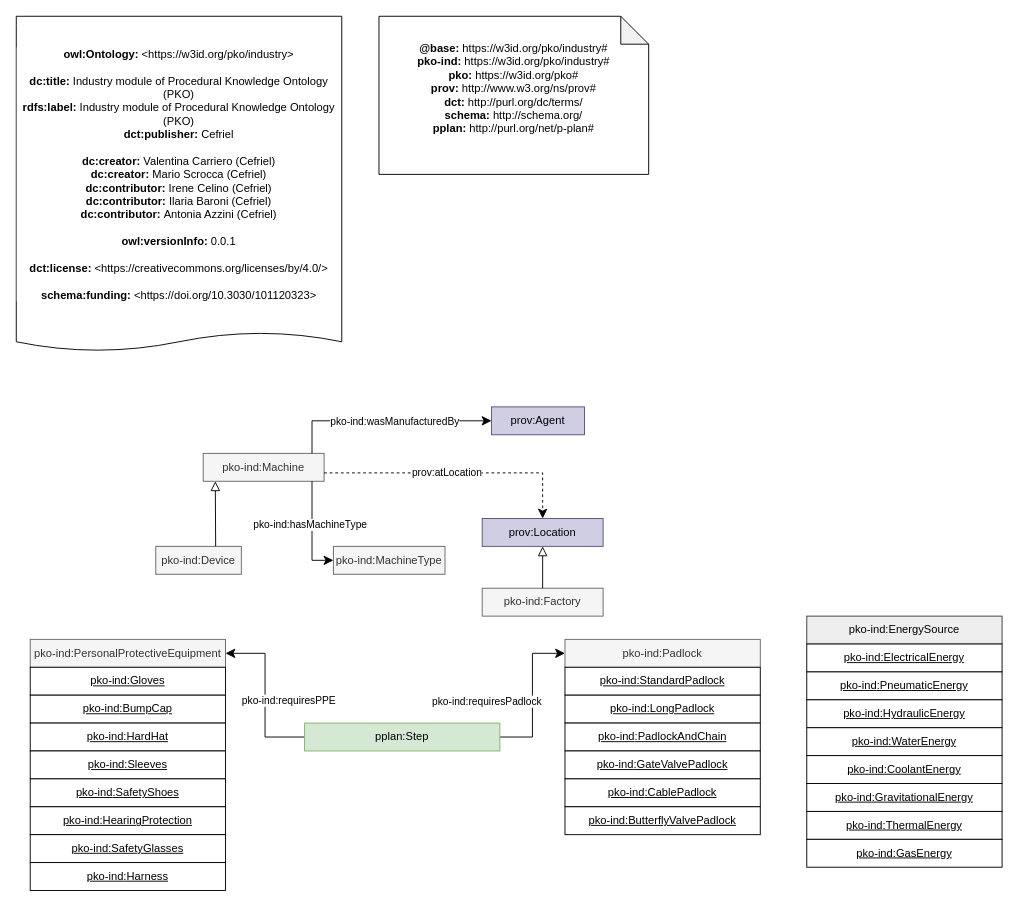
This is ontology/pko-ind.drawio from perks-project/pk-ontology, a draw.io file, before an edit. Source tidied: cells renumbered, new cells numbered last; positions are measured from the earlier drawing's top-left corner, leaving out a move shared by most shapes. Both pictures are drawn from the tidied source at 93%, with x=0, y=0 at pixel (16, 16).
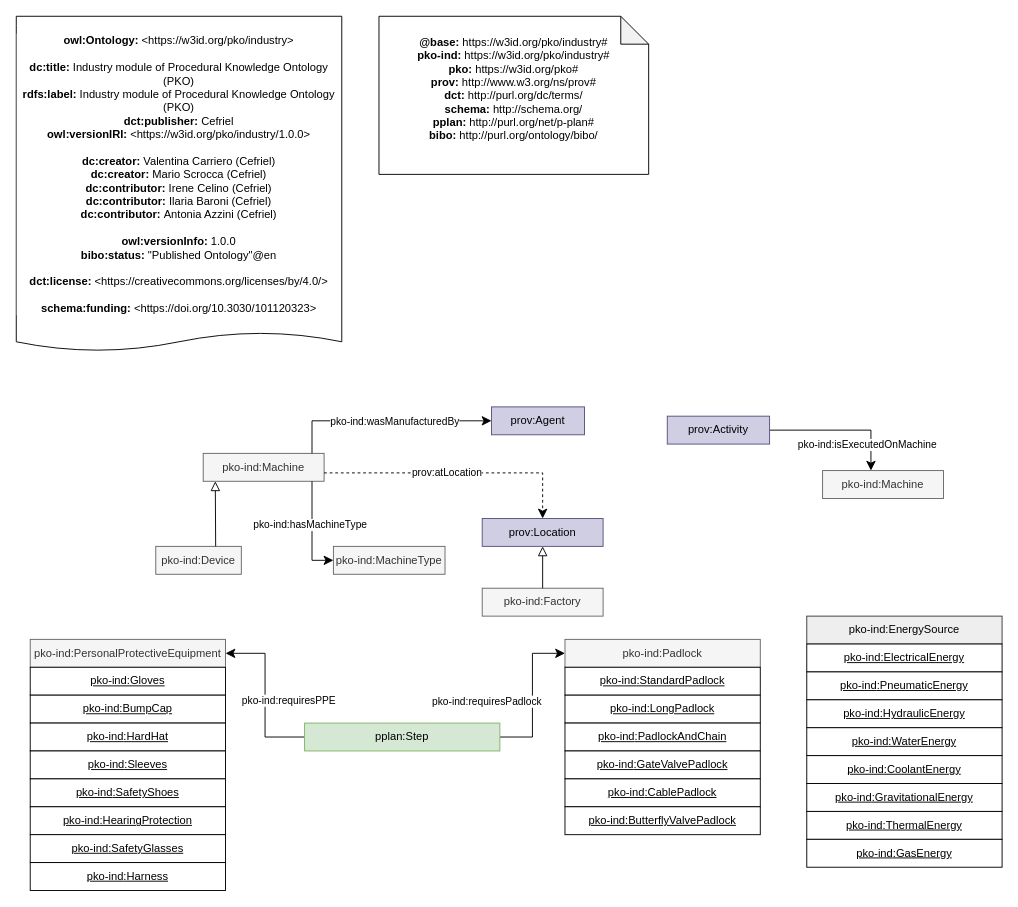
Above is the later version.

Commit message (it also covers changes not shown here):
add metadata to chowlk and move isExecutedOnMachine to pko-ind

What changed in the source:
```diff
@@
-    <mxCell id="16" value="&lt;div&gt;&lt;b&gt;@base:&lt;/b&gt; https://w3id.org/pko/industry#&lt;/div&gt;&lt;div&gt;&lt;b style=&quot;border-color: var(--border-color);&quot;&gt;pko-ind:&lt;/b&gt;&amp;nbsp;https://w3id.org/pko/industry#&lt;/div&gt;&lt;div&gt;&lt;b style=&quot;border-color: var(--border-color);&quot;&gt;pko:&lt;/b&gt;&amp;nbsp;https://w3id.org/pko#&lt;br&gt;&lt;/div&gt;&lt;div&gt;&lt;b&gt;prov:&lt;/b&gt; http://www.w3.org/ns/prov#&lt;/div&gt;&lt;div&gt;&lt;b&gt;dct:&amp;nbsp;&lt;/b&gt;http://purl.org/dc/terms/&lt;/div&gt;&lt;div&gt;&lt;b&gt;schema:&lt;/b&gt; http://schema.org/&lt;/div&gt;&lt;b style=&quot;border-color: var(--border-color);&quot;&gt;pplan:&lt;/b&gt;&amp;nbsp;http://purl.org/net/p-plan#&lt;div&gt;&amp;nbsp;&lt;/div&gt;" style="shape=note;whiteSpace=wrap;html=1;backgroundOutline=1;darkOpacity=0.05;" parent="1" vertex="1">
+    <mxCell id="16" value="&lt;div&gt;&lt;b&gt;@base:&lt;/b&gt; https://w3id.org/pko/industry#&lt;/div&gt;&lt;div&gt;&lt;b style=&quot;border-color: var(--border-color);&quot;&gt;pko-ind:&lt;/b&gt;&amp;nbsp;https://w3id.org/pko/industry#&lt;/div&gt;&lt;div&gt;&lt;b style=&quot;border-color: var(--border-color);&quot;&gt;pko:&lt;/b&gt;&amp;nbsp;https://w3id.org/pko#&lt;br&gt;&lt;/div&gt;&lt;div&gt;&lt;b&gt;prov:&lt;/b&gt; http://www.w3.org/ns/prov#&lt;/div&gt;&lt;div&gt;&lt;b&gt;dct:&amp;nbsp;&lt;/b&gt;http://purl.org/dc/terms/&lt;/div&gt;&lt;div&gt;&lt;b&gt;schema:&lt;/b&gt; http://schema.org/&lt;/div&gt;&lt;b style=&quot;border-color: var(--border-color);&quot;&gt;pplan:&lt;/b&gt;&amp;nbsp;http://purl.org/net/p-plan#&lt;br&gt;&lt;b style=&quot;border-color: var(--border-color);&quot;&gt;bibo:&lt;/b&gt;&amp;nbsp;http://purl.org/ontology/bibo/&lt;br&gt;&lt;span style=&quot;background-color: initial;&quot;&gt;&amp;nbsp;&lt;/span&gt;" style="shape=note;whiteSpace=wrap;html=1;backgroundOutline=1;darkOpacity=0.05;" parent="1" vertex="1">
       <mxGeometry x="390" width="290" height="170" as="geometry" />
     </mxCell>
-    <mxCell id="17" value="&lt;div&gt;&lt;b&gt;owl:Ontology: &lt;/b&gt;&amp;lt;https://w3id.org/pko/industry&amp;gt;&lt;/div&gt;&lt;div&gt;&lt;b&gt;&lt;br&gt;&lt;/b&gt;&lt;/div&gt;&lt;div&gt;&lt;b style=&quot;border-color: var(--border-color);&quot;&gt;dc:title:&lt;/b&gt;&amp;nbsp;Industry module of Procedural Knowledge Ontology (PKO)&lt;br&gt;&lt;/div&gt;&lt;div&gt;&lt;/div&gt;&lt;b style=&quot;border-color: var(--border-color);&quot;&gt;rdfs:label:&lt;/b&gt;&amp;nbsp;Industry module of Procedural Knowledge Ontology (PKO)&lt;br&gt;&lt;div&gt;&lt;b&gt;dct:publisher:&lt;/b&gt;&amp;nbsp;Cefriel&lt;br&gt;&lt;/div&gt;&lt;div&gt;&lt;b&gt;&lt;br&gt;&lt;/b&gt;&lt;/div&gt;&lt;div&gt;&lt;b&gt;d&lt;/b&gt;&lt;b&gt;c:creator:&lt;/b&gt;&amp;nbsp;Valentina Carriero (Cefriel)&lt;/div&gt;&lt;div&gt;&lt;b style=&quot;border-color: var(--border-color);&quot;&gt;dc:creator:&lt;/b&gt;&amp;nbsp;Mario Scrocca&amp;nbsp;(Cefriel)&lt;br&gt;&lt;/div&gt;&lt;div&gt;&lt;b style=&quot;border-color: var(--border-color);&quot;&gt;dc:contributor:&lt;/b&gt;&amp;nbsp;Irene Celino&amp;nbsp;(Cefriel)&lt;br&gt;&lt;/div&gt;&lt;div&gt;&lt;b style=&quot;border-color: var(--border-color);&quot;&gt;dc:contributor:&lt;/b&gt;&amp;nbsp;Ilaria Baroni&amp;nbsp;(Cefriel)&lt;br&gt;&lt;/div&gt;&lt;div&gt;&lt;b style=&quot;border-color: var(--border-color);&quot;&gt;dc:contributor:&lt;/b&gt;&amp;nbsp;Antonia Azzini&amp;nbsp;(Cefriel)&lt;/div&gt;&lt;div&gt;&lt;b&gt;&lt;br&gt;&lt;/b&gt;&lt;/div&gt;&lt;div&gt;&lt;b&gt;owl:versionInfo:&lt;/b&gt; 0.0.1&lt;/div&gt;&lt;div&gt;&lt;br&gt;&lt;/div&gt;&lt;div&gt;&lt;div style=&quot;border-color: var(--border-color);&quot;&gt;&lt;b style=&quot;border-color: var(--border-color);&quot;&gt;dct:license: &lt;/b&gt;&lt;span style=&quot;border-color: var(--border-color);&quot;&gt;&amp;lt;&lt;/span&gt;https://creativecommons.org/licenses/by/4.0/&amp;gt;&lt;/div&gt;&lt;/div&gt;&lt;div style=&quot;border-color: var(--border-color);&quot;&gt;&lt;br&gt;&lt;/div&gt;&lt;div style=&quot;border-color: var(--border-color);&quot;&gt;&lt;b&gt;schema:funding:&amp;nbsp;&lt;/b&gt;&amp;lt;https://doi.org/10.3030/101120323&amp;gt;&lt;br&gt;&lt;/div&gt;&lt;div&gt;&lt;/div&gt;" style="shape=document;whiteSpace=wrap;html=1;boundedLbl=1;labelBackgroundColor=#ffffff;strokeColor=#000000;fontSize=12;fontColor=#000000;size=0.05555555555555555;" parent="1" vertex="1">
+    <mxCell id="17" value="&lt;div&gt;&lt;b&gt;owl:Ontology: &lt;/b&gt;&amp;lt;https://w3id.org/pko/industry&amp;gt;&lt;/div&gt;&lt;div&gt;&lt;b&gt;&lt;br&gt;&lt;/b&gt;&lt;/div&gt;&lt;div&gt;&lt;b style=&quot;border-color: var(--border-color);&quot;&gt;dc:title:&lt;/b&gt;&amp;nbsp;Industry module of Procedural Knowledge Ontology (PKO)&lt;br&gt;&lt;/div&gt;&lt;div&gt;&lt;/div&gt;&lt;b style=&quot;border-color: var(--border-color);&quot;&gt;rdfs:label:&lt;/b&gt;&amp;nbsp;Industry module of Procedural Knowledge Ontology (PKO)&lt;br&gt;&lt;div&gt;&lt;b&gt;dct:publisher:&lt;/b&gt;&amp;nbsp;Cefriel&lt;br&gt;&lt;/div&gt;&lt;div&gt;&lt;b style=&quot;border-color: var(--border-color);&quot;&gt;owl:versionIRI:&lt;/b&gt;&amp;nbsp;&amp;lt;https://w3id.org/pko/industry/1.0.0&amp;gt;&lt;br&gt;&lt;/div&gt;&lt;div&gt;&lt;b&gt;&lt;br&gt;&lt;/b&gt;&lt;/div&gt;&lt;div&gt;&lt;b&gt;d&lt;/b&gt;&lt;b&gt;c:creator:&lt;/b&gt;&amp;nbsp;Valentina Carriero (Cefriel)&lt;/div&gt;&lt;div&gt;&lt;b style=&quot;border-color: var(--border-color);&quot;&gt;dc:creator:&lt;/b&gt;&amp;nbsp;Mario Scrocca&amp;nbsp;(Cefriel)&lt;br&gt;&lt;/div&gt;&lt;div&gt;&lt;b style=&quot;border-color: var(--border-color);&quot;&gt;dc:contributor:&lt;/b&gt;&amp;nbsp;Irene Celino&amp;nbsp;(Cefriel)&lt;br&gt;&lt;/div&gt;&lt;div&gt;&lt;b style=&quot;border-color: var(--border-color);&quot;&gt;dc:contributor:&lt;/b&gt;&amp;nbsp;Ilaria Baroni&amp;nbsp;(Cefriel)&lt;br&gt;&lt;/div&gt;&lt;div&gt;&lt;b style=&quot;border-color: var(--border-color);&quot;&gt;dc:contributor:&lt;/b&gt;&amp;nbsp;Antonia Azzini&amp;nbsp;(Cefriel)&lt;/div&gt;&lt;div&gt;&lt;b&gt;&lt;br&gt;&lt;/b&gt;&lt;/div&gt;&lt;div&gt;&lt;b&gt;owl:versionInfo:&lt;/b&gt;&amp;nbsp;1.0.0&lt;/div&gt;&lt;div&gt;&lt;b&gt;bibo:status:&lt;/b&gt;&amp;nbsp;&quot;Published Ontology&quot;@en&lt;/div&gt;&lt;div&gt;&lt;br&gt;&lt;/div&gt;&lt;div&gt;&lt;div style=&quot;border-color: var(--border-color);&quot;&gt;&lt;b style=&quot;border-color: var(--border-color);&quot;&gt;dct:license: &lt;/b&gt;&lt;span style=&quot;border-color: var(--border-color);&quot;&gt;&amp;lt;&lt;/span&gt;https://creativecommons.org/licenses/by/4.0/&amp;gt;&lt;/div&gt;&lt;/div&gt;&lt;div style=&quot;border-color: var(--border-color);&quot;&gt;&lt;br&gt;&lt;/div&gt;&lt;div style=&quot;border-color: var(--border-color);&quot;&gt;&lt;b&gt;schema:funding:&amp;nbsp;&lt;/b&gt;&amp;lt;https://doi.org/10.3030/101120323&amp;gt;&lt;br&gt;&lt;/div&gt;&lt;div&gt;&lt;/div&gt;" style="shape=document;whiteSpace=wrap;html=1;boundedLbl=1;labelBackgroundColor=#ffffff;strokeColor=#000000;fontSize=12;fontColor=#000000;size=0.05555555555555555;" parent="1" vertex="1">
       <mxGeometry width="350" height="360" as="geometry" />
     </mxCell>
@@
+    <mxCell id="48" value="pko-ind:Machine" style="rounded=0;whiteSpace=wrap;html=1;snapToPoint=1;points=[[0.1,0],[0.2,0],[0.3,0],[0.4,0],[0.5,0],[0.6,0],[0.7,0],[0.8,0],[0.9,0],[0,0.1],[0,0.3],[0,0.5],[0,0.7],[0,0.9],[0.1,1],[0.2,1],[0.3,1],[0.4,1],[0.5,1],[0.6,1],[0.7,1],[0.8,1],[0.9,1],[1,0.1],[1,0.3],[1,0.5],[1,0.7],[1,0.9]];fillColor=#f5f5f5;strokeColor=#666666;fontColor=#333333;" parent="1" vertex="1">
+      <mxGeometry x="867" y="488.5" width="130" height="30" as="geometry" />
+    </mxCell>
+    <mxCell id="49" style="endArrow=classic;html=1;endSize=8;arcSize=0;rounded=0;edgeStyle=orthogonalEdgeStyle;exitX=1;exitY=0.5;exitDx=0;exitDy=0;entryX=0.4;entryY=0;entryDx=0;entryDy=0;" parent="1" edge="1" source="51" target="48">
+      <mxGeometry relative="1" as="geometry" />
+    </mxCell>
+    <mxCell id="50" value="&lt;div&gt;pko-ind:isExecutedOnMachine&lt;/div&gt;" style="edgeLabel;html=1;align=center;verticalAlign=middle;" parent="49" vertex="1">
+      <mxGeometry x="-0.19" y="-1" relative="1" as="geometry">
+        <mxPoint x="42" y="14" as="offset" />
+      </mxGeometry>
+    </mxCell>
+    <mxCell id="51" value="prov:Activity" style="rounded=0;whiteSpace=wrap;html=1;snapToPoint=1;points=[[0.1,0],[0.2,0],[0.3,0],[0.4,0],[0.5,0],[0.6,0],[0.7,0],[0.8,0],[0.9,0],[0,0.1],[0,0.3],[0,0.5],[0,0.7],[0,0.9],[0.1,1],[0.2,1],[0.3,1],[0.4,1],[0.5,1],[0.6,1],[0.7,1],[0.8,1],[0.9,1],[1,0.1],[1,0.3],[1,0.5],[1,0.7],[1,0.9]];fillColor=#d0cee2;strokeColor=#56517e;" parent="1" vertex="1">
+      <mxGeometry x="700" y="430" width="110" height="30" as="geometry" />
+    </mxCell>
```
